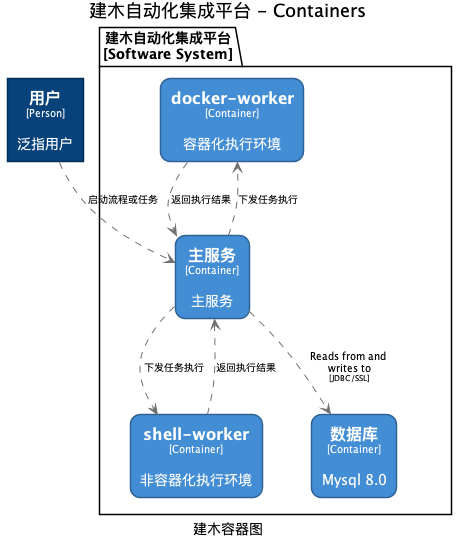
Earlier version of the PlantUML export out/c4/structurizr-jianmu-container/建木自动化集成平台 - Containers.png (jianmu-dev/jianmu-architecture-as-code).
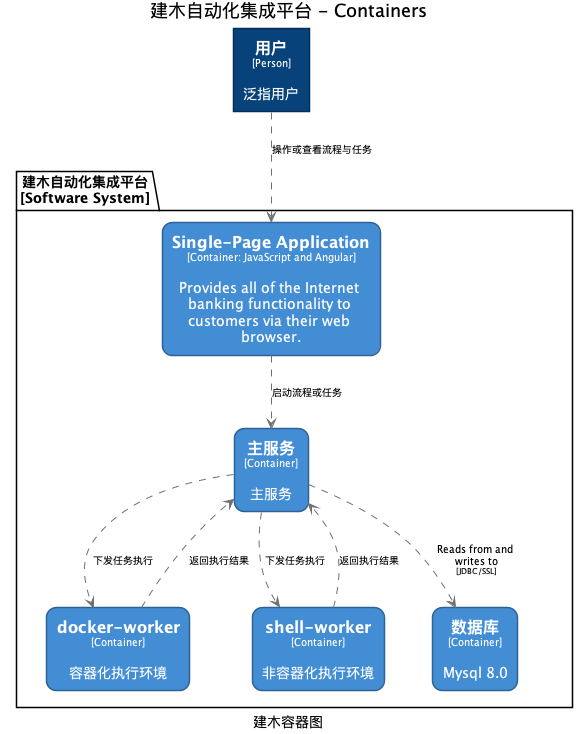
Later version of the same file.

What changed in the source:
```diff
@@ -16,19 +16,19 @@
   FontColor #ffffff
   BorderColor #052E56
 }
-skinparam rectangle<<13>> {
-  BackgroundColor #438dd5
-  FontColor #ffffff
-  BorderColor #2E6295
-  roundCorner 20
-}
 skinparam rectangle<<3>> {
   BackgroundColor #438dd5
   FontColor #ffffff
   BorderColor #2E6295
   roundCorner 20
 }
-skinparam rectangle<<8>> {
+skinparam rectangle<<14>> {
+  BackgroundColor #438dd5
+  FontColor #ffffff
+  BorderColor #2E6295
+  roundCorner 20
+}
+skinparam rectangle<<4>> {
   BackgroundColor #438dd5
   FontColor #ffffff
   BorderColor #2E6295
@@ -40,17 +40,25 @@
   BorderColor #2E6295
   roundCorner 20
 }
+skinparam rectangle<<10>> {
+  BackgroundColor #438dd5
+  FontColor #ffffff
+  BorderColor #2E6295
+  roundCorner 20
+}
 rectangle "==用户\n<size:10>[Person]</size>\n\n泛指用户" <<1>> as 1
 package "建木自动化集成平台\n[Software System]" {
-  rectangle "==docker-worker\n<size:10>[Container]</size>\n\n容器化执行环境" <<9>> as 9
-  rectangle "==shell-worker\n<size:10>[Container]</size>\n\n非容器化执行环境" <<13>> as 13
-  rectangle "==主服务\n<size:10>[Container]</size>\n\n主服务" <<3>> as 3
-  rectangle "==数据库\n<size:10>[Container]</size>\n\nMysql 8.0" <<8>> as 8
+  rectangle "==Single-Page Application\n<size:10>[Container: JavaScript and Angular]</size>\n\nProvides all of the Internet banking functionality to customers via their web browser." <<3>> as 3
+  rectangle "==docker-worker\n<size:10>[Container]</size>\n\n容器化执行环境" <<10>> as 10
+  rectangle "==shell-worker\n<size:10>[Container]</size>\n\n非容器化执行环境" <<14>> as 14
+  rectangle "==主服务\n<size:10>[Container]</size>\n\n主服务" <<4>> as 4
+  rectangle "==数据库\n<size:10>[Container]</size>\n\nMysql 8.0" <<9>> as 9
 }
-9 .[#707070].> 3 : "返回执行结果"
-13 .[#707070].> 3 : "返回执行结果"
-3 .[#707070].> 9 : "下发任务执行"
-3 .[#707070].> 13 : "下发任务执行"
-3 .[#707070].> 8 : "Reads from and writes to\n<size:8>[JDBC/SSL]</size>"
-1 .[#707070].> 3 : "启动流程或任务"
+3 .[#707070].> 4 : "启动流程或任务"
+10 .[#707070].> 4 : "返回执行结果"
+14 .[#707070].> 4 : "返回执行结果"
+4 .[#707070].> 10 : "下发任务执行"
+4 .[#707070].> 14 : "下发任务执行"
+4 .[#707070].> 9 : "Reads from and writes to\n<size:8>[JDBC/SSL]</size>"
+1 .[#707070].> 3 : "操作或查看流程与任务"
 @enduml
```
